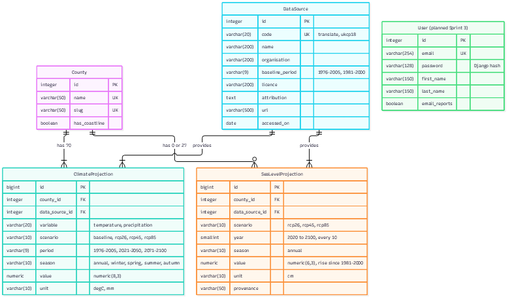
eoinier-byte/climate-change-dashboard keeps this Mermaid diagram as docs/er-diagram.png. Above is the earlier version. Its source is kept beside it as docs/er-diagram.mmd.
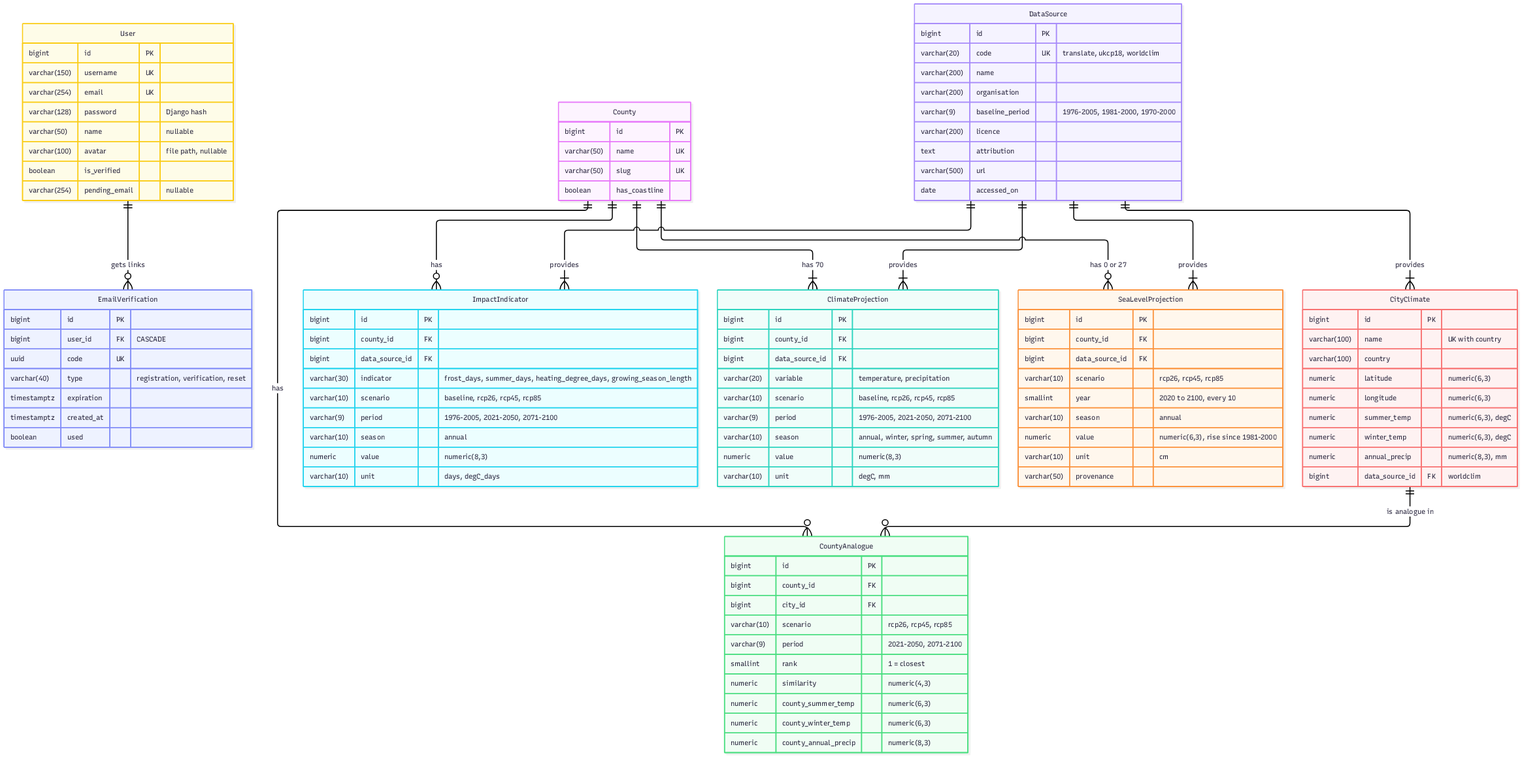
After the commit.

Commit message:
CCD-255 Document the database schema to match the models on main

What changed in the source:
```diff
@@ -1,12 +1,17 @@
 erDiagram
     County ||--|{ ClimateProjection : "has 70"
     County ||--o{ SeaLevelProjection : "has 0 or 27"
+    County ||--o{ ImpactIndicator : "has"
+    County ||--o{ CountyAnalogue : "has"
     DataSource ||--|{ ClimateProjection : "provides"
     DataSource ||--|{ SeaLevelProjection : "provides"
+    DataSource ||--|{ ImpactIndicator : "provides"
+    DataSource ||--|{ CityClimate : "provides"
+    CityClimate ||--o{ CountyAnalogue : "is analogue in"
     User ||--o{ EmailVerification : "gets links"
 
     County {
-        integer id PK
+        bigint id PK
         varchar(50) name UK
         varchar(50) slug UK
         boolean has_coastline
@@ -14,8 +19,8 @@
 
     ClimateProjection {
         bigint id PK
-        integer county_id FK
-        integer data_source_id FK
+        bigint county_id FK
+        bigint data_source_id FK
         varchar(20) variable "temperature, precipitation"
         varchar(10) scenario "baseline, rcp26, rcp45, rcp85"
         varchar(9) period "1976-2005, 2021-2050, 2071-2100"
@@ -26,8 +31,8 @@
 
     SeaLevelProjection {
         bigint id PK
-        integer county_id FK
-        integer data_source_id FK
+        bigint county_id FK
+        bigint data_source_id FK
         varchar(10) scenario "rcp26, rcp45, rcp85"
         smallint year "2020 to 2100, every 10"
         varchar(10) season "annual"
@@ -36,16 +41,53 @@
         varchar(50) provenance
     }
 
+    ImpactIndicator {
+        bigint id PK
+        bigint county_id FK
+        bigint data_source_id FK
+        varchar(30) indicator "frost_days, summer_days, heating_degree_days, growing_season_length"
+        varchar(10) scenario "baseline, rcp26, rcp45, rcp85"
+        varchar(9) period "1976-2005, 2021-2050, 2071-2100"
+        varchar(10) season "annual"
+        numeric value "numeric(8,3)"
+        varchar(10) unit "days, degC_days"
+    }
+
     DataSource {
-        integer id PK
-        varchar(20) code UK "translate, ukcp18"
+        bigint id PK
+        varchar(20) code UK "translate, ukcp18, worldclim"
         varchar(200) name
         varchar(200) organisation
-        varchar(9) baseline_period "1976-2005, 1981-2000"
+        varchar(9) baseline_period "1976-2005, 1981-2000, 1970-2000"
         varchar(200) licence
         text attribution
         varchar(500) url
         date accessed_on
+    }
+
+    CityClimate {
+        bigint id PK
+        varchar(100) name "UK with country"
+        varchar(100) country
+        numeric latitude "numeric(6,3)"
+        numeric longitude "numeric(6,3)"
+        numeric summer_temp "numeric(6,3), degC"
+        numeric winter_temp "numeric(6,3), degC"
+        numeric annual_precip "numeric(8,3), mm"
+        bigint data_source_id FK "worldclim"
+    }
+
+    CountyAnalogue {
+        bigint id PK
+        bigint county_id FK
+        bigint city_id FK
+        varchar(10) scenario "rcp26, rcp45, rcp85"
+        varchar(9) period "2021-2050, 2071-2100"
+        smallint rank "1 = closest"
+        numeric similarity "numeric(4,3)"
+        numeric county_summer_temp "numeric(6,3)"
+        numeric county_winter_temp "numeric(6,3)"
+        numeric county_annual_precip "numeric(8,3)"
     }
 
     User {
```
